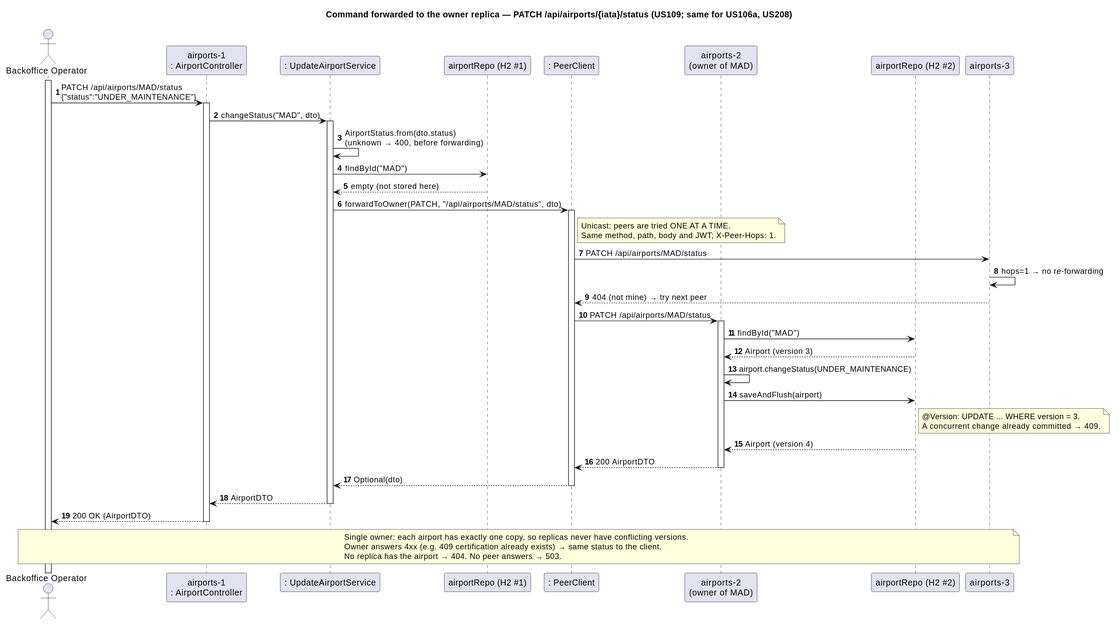
The PlantUML diagram docs/5-scenarios/airports/svg/Airports-SD-OwnerCommand.svg in caetanotiago/Project_SIDIS, before a commit. Source of this version:
```plantuml
@startuml
autonumber
title Command forwarded to the owner replica — PATCH /api/airports/{iata}/status (US109; same for US106a, US208)
actor "Backoffice Operator" as BO
participant "airports-1\n: AirportController" as Ctrl
participant ": UpdateAirportService" as Service
participant "airportRepo (H2 #1)" as Repo
participant ": PeerClient" as Peers
participant "airports-2\n(owner of MAD)" as R2
participant "airportRepo (H2 #2)" as Repo2
participant "airports-3" as R3

activate BO
BO -> Ctrl : PATCH /api/airports/MAD/status\n{"status":"UNDER_MAINTENANCE"}
activate Ctrl
Ctrl -> Service : changeStatus("MAD", dto)
activate Service
Service -> Service : AirportStatus.from(dto.status)\n(unknown → 400, before forwarding)
Service -> Repo : findById("MAD")
Repo --> Service : empty (not stored here)

Service -> Peers : forwardToOwner(PATCH, "/api/airports/MAD/status", dto)
activate Peers
note right of Peers
  Unicast: peers are tried ONE AT A TIME.
  Same method, path, body and JWT; X-Peer-Hops: 1.
end note
Peers -> R3 : PATCH /api/airports/MAD/status
R3 -> R3 : hops=1 → no re-forwarding
R3 --> Peers : 404 (not mine) → try next peer
Peers -> R2 : PATCH /api/airports/MAD/status
activate R2
R2 -> Repo2 : findById("MAD")
Repo2 --> R2 : Airport (version 3)
R2 -> R2 : airport.changeStatus(UNDER_MAINTENANCE)
R2 -> Repo2 : saveAndFlush(airport)
note right of Repo2
  @Version: UPDATE ... WHERE version = 3.
  A concurrent change already committed → 409.
end note
Repo2 --> R2 : Airport (version 4)
R2 --> Peers : 200 AirportDTO
deactivate R2
Peers --> Service : Optional(dto)
deactivate Peers
Service --> Ctrl : AirportDTO
deactivate Service
Ctrl --> BO : 200 OK (AirportDTO)
deactivate Ctrl

note over BO, R3
  Single owner: each airport has exactly one copy, so replicas never have conflicting versions.
  Owner answers 4xx (e.g. 409 certification already exists) → same status to the client.
  No replica has the airport → 404. No peer answers → 503.
end note
@enduml
```
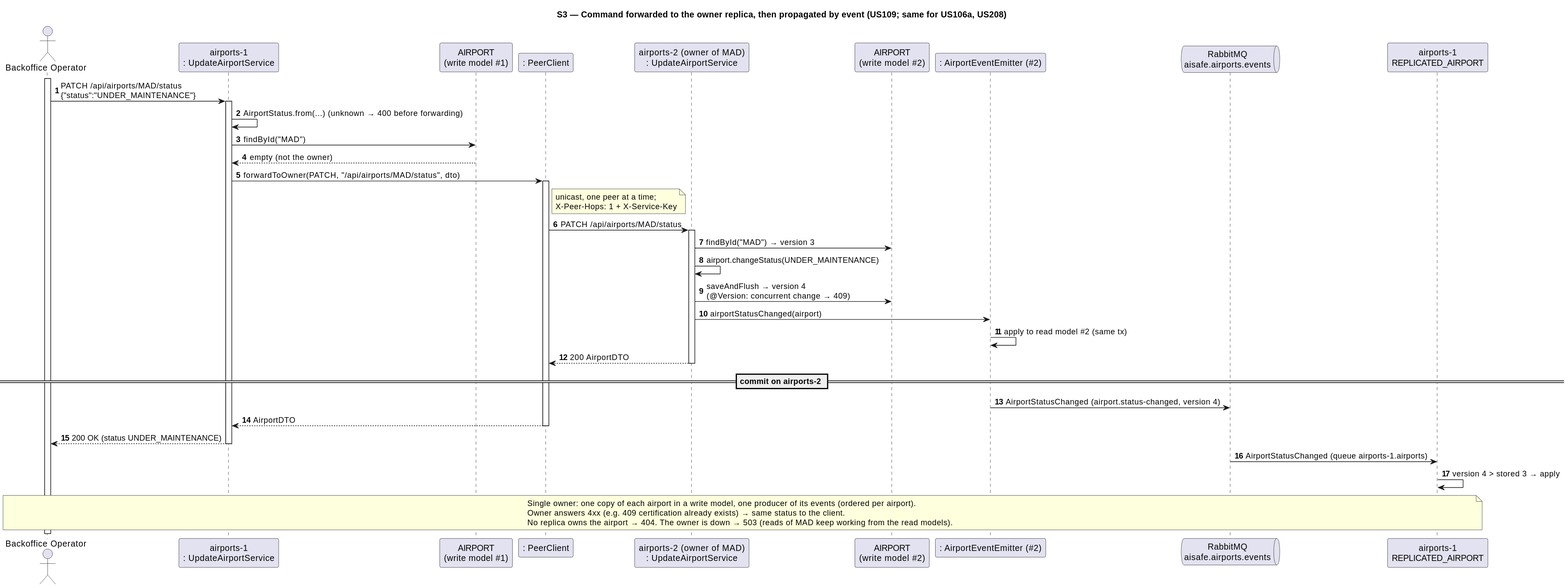
The same diagram one commit later.

Change to the diagram source:
```diff
@@ -1,56 +1,47 @@
 @startuml
 autonumber
-title Command forwarded to the owner replica — PATCH /api/airports/{iata}/status (US109; same for US106a, US208)
+title S3 — Command forwarded to the owner replica, then propagated by event (US109; same for US106a, US208)
 actor "Backoffice Operator" as BO
-participant "airports-1\n: AirportController" as Ctrl
-participant ": UpdateAirportService" as Service
-participant "airportRepo (H2 #1)" as Repo
+participant "airports-1\n: UpdateAirportService" as S1
+participant "AIRPORT\n(write model #1)" as W1
 participant ": PeerClient" as Peers
-participant "airports-2\n(owner of MAD)" as R2
-participant "airportRepo (H2 #2)" as Repo2
-participant "airports-3" as R3
+participant "airports-2 (owner of MAD)\n: UpdateAirportService" as S2
+participant "AIRPORT\n(write model #2)" as W2
+participant ": AirportEventEmitter (#2)" as E2
+queue "RabbitMQ\naisafe.airports.events" as MQ
+participant "airports-1\nREPLICATED_AIRPORT" as RM1
 
 activate BO
-BO -> Ctrl : PATCH /api/airports/MAD/status\n{"status":"UNDER_MAINTENANCE"}
-activate Ctrl
-Ctrl -> Service : changeStatus("MAD", dto)
-activate Service
-Service -> Service : AirportStatus.from(dto.status)\n(unknown → 400, before forwarding)
-Service -> Repo : findById("MAD")
-Repo --> Service : empty (not stored here)
+BO -> S1 : PATCH /api/airports/MAD/status\n{"status":"UNDER_MAINTENANCE"}
+activate S1
+S1 -> S1 : AirportStatus.from(...) (unknown → 400 before forwarding)
+S1 -> W1 : findById("MAD")
+W1 --> S1 : empty (not the owner)
+S1 -> Peers : forwardToOwner(PATCH, "/api/airports/MAD/status", dto)
+activate Peers
+note right of Peers : unicast, one peer at a time;\nX-Peer-Hops: 1 + X-Service-Key
+Peers -> S2 : PATCH /api/airports/MAD/status
+activate S2
+S2 -> W2 : findById("MAD") → version 3
+S2 -> S2 : airport.changeStatus(UNDER_MAINTENANCE)
+S2 -> W2 : saveAndFlush → version 4\n(@Version: concurrent change → 409)
+S2 -> E2 : airportStatusChanged(airport)
+E2 -> E2 : apply to read model #2 (same tx)
+S2 --> Peers : 200 AirportDTO
+deactivate S2
+== commit on airports-2 ==
+E2 -> MQ : AirportStatusChanged (airport.status-changed, version 4)
+Peers --> S1 : AirportDTO
+deactivate Peers
+S1 --> BO : 200 OK (status UNDER_MAINTENANCE)
+deactivate S1
 
-Service -> Peers : forwardToOwner(PATCH, "/api/airports/MAD/status", dto)
-activate Peers
-note right of Peers
-  Unicast: peers are tried ONE AT A TIME.
-  Same method, path, body and JWT; X-Peer-Hops: 1.
-end note
-Peers -> R3 : PATCH /api/airports/MAD/status
-R3 -> R3 : hops=1 → no re-forwarding
-R3 --> Peers : 404 (not mine) → try next peer
-Peers -> R2 : PATCH /api/airports/MAD/status
-activate R2
-R2 -> Repo2 : findById("MAD")
-Repo2 --> R2 : Airport (version 3)
-R2 -> R2 : airport.changeStatus(UNDER_MAINTENANCE)
-R2 -> Repo2 : saveAndFlush(airport)
-note right of Repo2
-  @Version: UPDATE ... WHERE version = 3.
-  A concurrent change already committed → 409.
-end note
-Repo2 --> R2 : Airport (version 4)
-R2 --> Peers : 200 AirportDTO
-deactivate R2
-Peers --> Service : Optional(dto)
-deactivate Peers
-Service --> Ctrl : AirportDTO
-deactivate Service
-Ctrl --> BO : 200 OK (AirportDTO)
-deactivate Ctrl
+MQ -> RM1 : AirportStatusChanged (queue airports-1.airports)
+RM1 -> RM1 : version 4 > stored 3 → apply
 
-note over BO, R3
-  Single owner: each airport has exactly one copy, so replicas never have conflicting versions.
+note over BO, RM1
+  Single owner: one copy of each airport in a write model, one producer of its events (ordered per airport).
   Owner answers 4xx (e.g. 409 certification already exists) → same status to the client.
-  No replica has the airport → 404. No peer answers → 503.
+  No replica owns the airport → 404. The owner is down → 503 (reads of MAD keep working from the read models).
 end note
 @enduml
```
